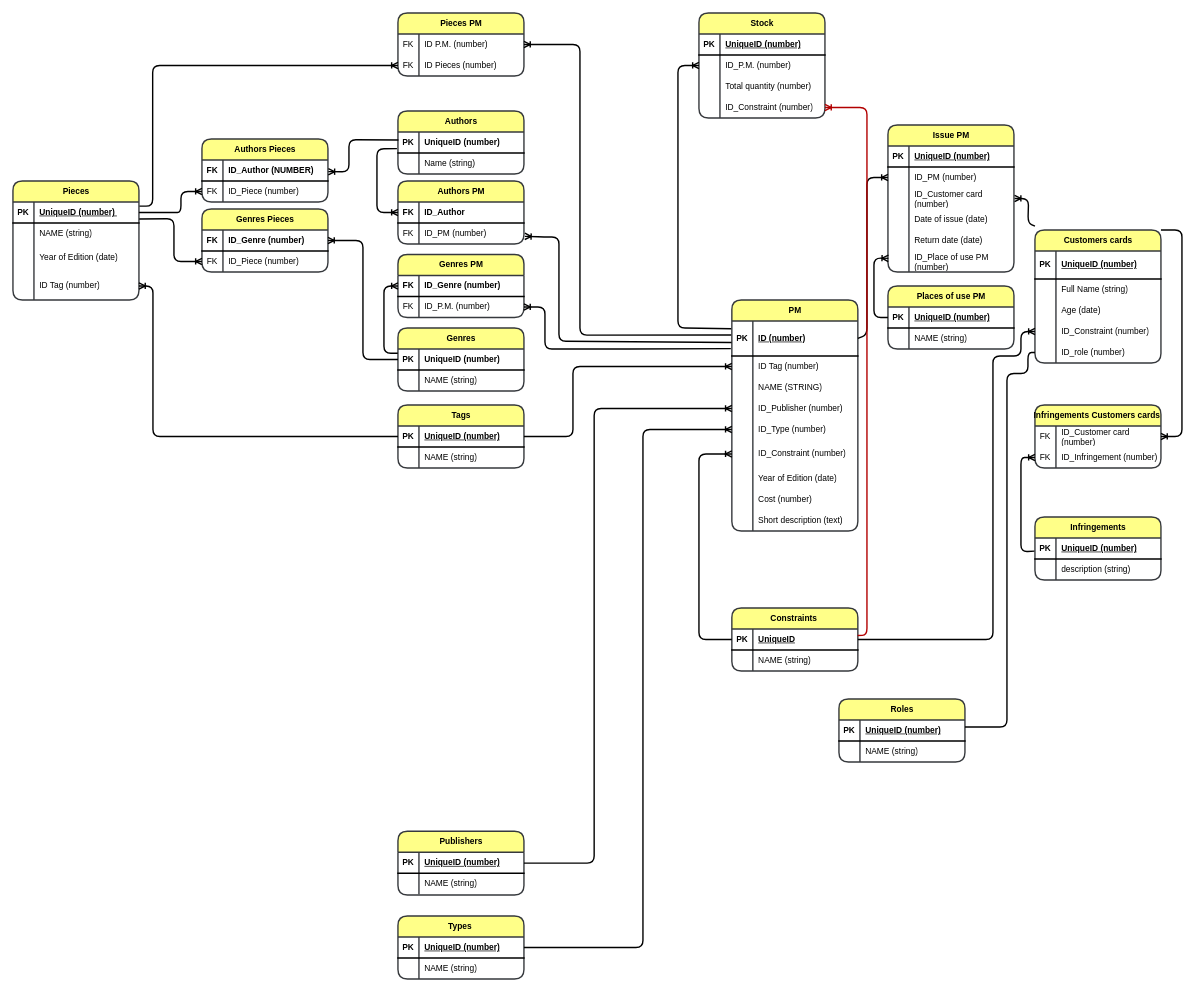
Earlier version of the draw.io diagram page "Страница — 2" (2 of 3) of Диаграмма без названия.drawio (whoIsJhonGalt/repFirst). Source tidied: cells renumbered, new cells numbered last; positions are measured from the earlier drawing's top-left corner, leaving out a move shared by most shapes. Both pictures are drawn from the tidied source at 70%, with x=0, y=0 at pixel (13, 13).
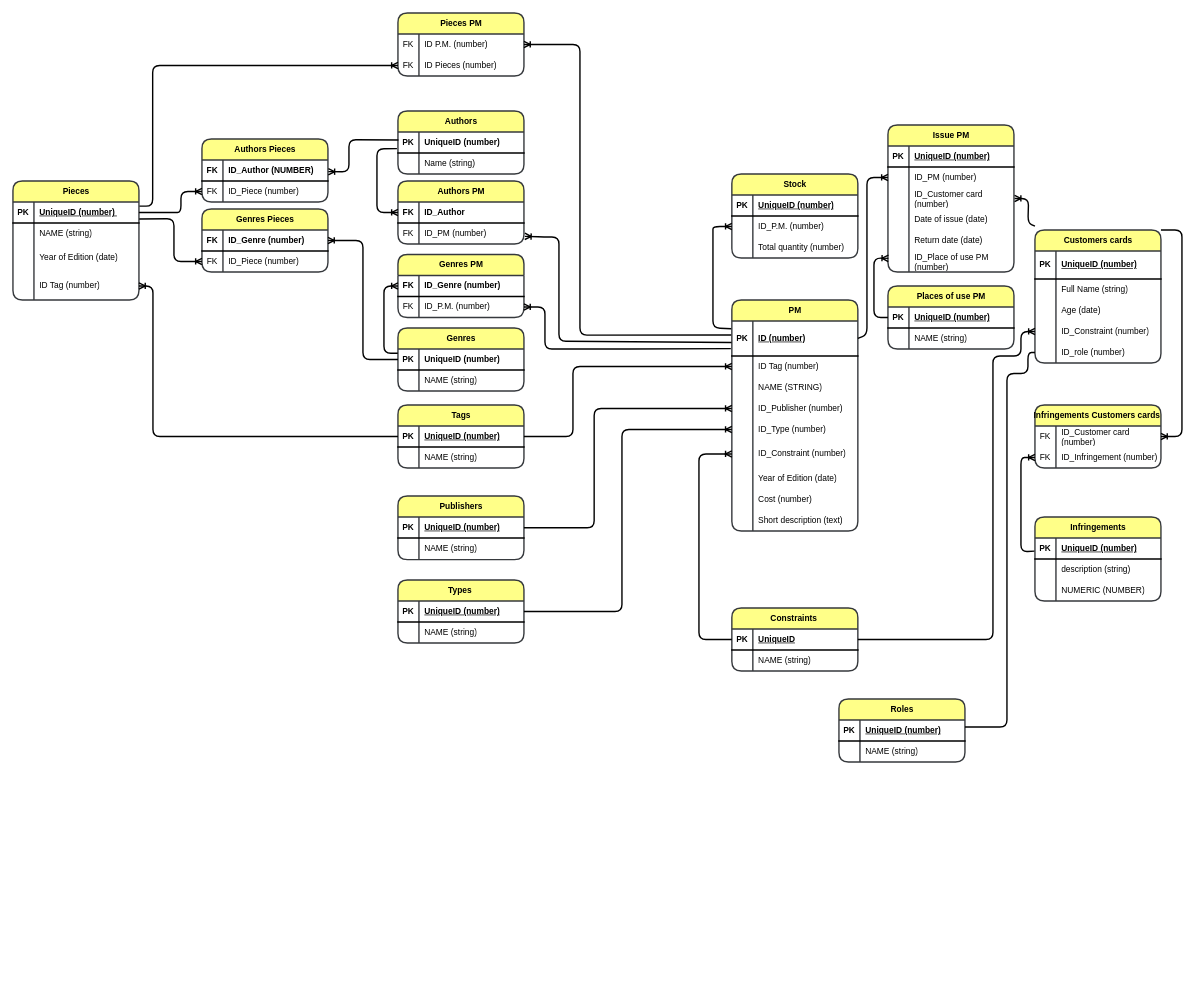
Above is the later version.

The change refers to these unchanged cells:
```xml
<mxCell id="3" style="shape=tableRow;horizontal=1;startSize=0;swimlaneHead=0;swimlaneBody=0;points=[[0,0.5],[1,0.5]];portConstraint=eastwest;top=0;left=0;right=0;bottom=1;rounded=0;labelBackgroundColor=none;strokeWidth=2;shadow=0;fontFamily=Helvetica;verticalAlign=middle;fontSize=12;swimlaneLine=1;fillColor=none;" parent="2" vertex="1">
  <mxGeometry y="30" width="180" height="50" as="geometry" />
</mxCell>
<mxCell id="15" style="shape=tableRow;horizontal=1;startSize=0;swimlaneHead=0;swimlaneBody=0;points=[[0,0.5],[1,0.5]];portConstraint=eastwest;top=0;left=0;right=0;bottom=0;rounded=0;labelBackgroundColor=none;strokeWidth=2;shadow=0;fontFamily=Helvetica;verticalAlign=middle;fontSize=12;swimlaneLine=1;fillColor=none;" parent="2" vertex="1">
  <mxGeometry y="170" width="180" height="30" as="geometry" />
</mxCell>
<mxCell id="72" style="shape=tableRow;horizontal=1;startSize=0;swimlaneHead=0;swimlaneBody=0;points=[[0,0.5],[1,0.5]];portConstraint=eastwest;top=0;left=0;right=0;bottom=1;rounded=0;labelBackgroundColor=none;strokeWidth=2;shadow=0;fontFamily=Helvetica;verticalAlign=middle;fontSize=12;swimlaneLine=1;fillColor=none;" parent="71" vertex="1">
  <mxGeometry y="30" width="180" height="30" as="geometry" />
</mxCell>
<mxCell id="79" style="shape=tableRow;horizontal=1;startSize=0;swimlaneHead=0;swimlaneBody=0;points=[[0,0.5],[1,0.5]];portConstraint=eastwest;top=0;left=0;right=0;bottom=1;rounded=0;labelBackgroundColor=none;strokeWidth=2;shadow=0;fontFamily=Helvetica;verticalAlign=middle;fontSize=12;swimlaneLine=1;fillColor=none;" parent="78" vertex="1">
  <mxGeometry y="30" width="180" height="30" as="geometry" />
</mxCell>
<mxCell id="89" style="shape=tableRow;horizontal=1;startSize=0;swimlaneHead=0;swimlaneBody=0;points=[[0,0.5],[1,0.5]];portConstraint=eastwest;top=0;left=0;right=0;bottom=0;rounded=0;labelBackgroundColor=none;strokeWidth=2;shadow=0;fontFamily=Helvetica;verticalAlign=middle;fontSize=12;swimlaneLine=1;fillColor=none;" parent="85" vertex="1">
  <mxGeometry y="60" width="180" height="30" as="geometry" />
</mxCell>
```

What changed in the source:
```diff
@@
     <mxCell id="44" value="Publishers" style="shape=table;startSize=30;childLayout=tableLayout;rowLines=0;fontStyle=1;align=center;html=1;rounded=1;labelBackgroundColor=none;strokeWidth=2;shadow=0;fontFamily=Helvetica;verticalAlign=middle;horizontal=1;fontSize=12;swimlaneLine=1;fillColor=#ffff88;strokeColor=#36393d;" parent="1" vertex="1">
-      <mxGeometry x="550" y="1169" width="180" height="91" as="geometry" />
+      <mxGeometry x="550" y="690" width="180" height="91" as="geometry" />
     </mxCell>
@@
     <mxCell id="78" value="Types&amp;nbsp;" style="shape=table;startSize=30;childLayout=tableLayout;rowLines=0;fontStyle=1;align=center;html=1;rounded=1;labelBackgroundColor=none;strokeWidth=2;shadow=0;fontFamily=Helvetica;verticalAlign=middle;horizontal=1;fontSize=12;swimlaneLine=1;fillColor=#ffff88;strokeColor=#36393d;" parent="1" vertex="1">
-      <mxGeometry x="550" y="1290" width="180" height="90" as="geometry" />
+      <mxGeometry x="550" y="810" width="180" height="90" as="geometry" />
     </mxCell>
@@
     <mxCell id="85" value="Stock" style="shape=table;startSize=30;childLayout=tableLayout;rowLines=0;fontStyle=1;align=center;html=1;rounded=1;labelBackgroundColor=none;strokeWidth=2;shadow=0;fontFamily=Helvetica;verticalAlign=middle;horizontal=1;fontSize=12;swimlaneLine=1;fillColor=#ffff88;strokeColor=#36393d;" parent="1" vertex="1">
-      <mxGeometry x="980" width="180" height="150" as="geometry" />
+      <mxGeometry x="1027" y="230" width="180" height="120" as="geometry" />
     </mxCell>
@@
-    <mxCell id="95" style="shape=tableRow;horizontal=1;startSize=0;swimlaneHead=0;swimlaneBody=0;points=[[0,0.5],[1,0.5]];portConstraint=eastwest;top=0;left=0;right=0;bottom=0;rounded=0;labelBackgroundColor=none;strokeWidth=2;shadow=0;fontFamily=Helvetica;verticalAlign=middle;fontSize=12;swimlaneLine=1;fillColor=none;" parent="85" vertex="1">
-      <mxGeometry y="120" width="180" height="30" as="geometry" />
-    </mxCell>
-    <mxCell id="96" style="shape=partialRectangle;top=0;left=0;bottom=0;right=0;overflow=hidden;whiteSpace=wrap;html=1;rounded=0;labelBackgroundColor=none;strokeWidth=2;shadow=0;fontFamily=Helvetica;verticalAlign=middle;horizontal=1;fontSize=12;swimlaneLine=1;fillColor=none;" parent="95" vertex="1">
-      <mxGeometry width="30" height="30" as="geometry" />
-    </mxCell>
-    <mxCell id="97" value="ID_Constraint (number)" style="shape=partialRectangle;top=0;left=0;bottom=0;right=0;align=left;spacingLeft=6;overflow=hidden;whiteSpace=wrap;html=1;rounded=0;labelBackgroundColor=none;strokeWidth=2;shadow=0;fontFamily=Helvetica;verticalAlign=middle;horizontal=1;fontSize=12;swimlaneLine=1;fillColor=none;" parent="95" vertex="1">
-      <mxGeometry x="30" width="150" height="30" as="geometry" />
-    </mxCell>
@@
     <mxCell id="114" value="Infringements" style="shape=table;startSize=30;childLayout=tableLayout;rowLines=0;fontStyle=1;align=center;html=1;rounded=1;labelBackgroundColor=none;strokeWidth=2;shadow=0;fontFamily=Helvetica;verticalAlign=middle;horizontal=1;fontSize=12;swimlaneLine=1;fillColor=#ffff88;strokeColor=#36393d;" parent="1" vertex="1">
-      <mxGeometry x="1460" y="720" width="180" height="90" as="geometry" />
+      <mxGeometry x="1460" y="720" width="180" height="120" as="geometry" />
     </mxCell>
@@
+    <mxCell id="221" style="shape=tableRow;horizontal=1;startSize=0;swimlaneHead=0;swimlaneBody=0;top=0;left=0;right=0;bottom=0;rounded=0;labelBackgroundColor=none;strokeWidth=2;shadow=0;fontFamily=Helvetica;verticalAlign=middle;fontSize=12;swimlaneLine=1;fillColor=none;" parent="114" vertex="1">
+      <mxGeometry y="90" width="180" height="30" as="geometry" />
+    </mxCell>
+    <mxCell id="96" style="shape=partialRectangle;top=0;left=0;bottom=0;right=0;overflow=hidden;whiteSpace=wrap;html=1;rounded=0;labelBackgroundColor=none;strokeWidth=2;shadow=0;fontFamily=Helvetica;verticalAlign=middle;horizontal=1;fontSize=12;swimlaneLine=1;fillColor=none;" parent="221" vertex="1">
+      <mxGeometry width="30" height="30" as="geometry" />
+    </mxCell>
+    <mxCell id="222" value="NUMERIC (NUMBER)" style="shape=partialRectangle;top=0;left=0;bottom=0;right=0;align=left;spacingLeft=6;overflow=hidden;whiteSpace=wrap;html=1;rounded=0;labelBackgroundColor=none;strokeWidth=2;shadow=0;fontFamily=Helvetica;verticalAlign=middle;horizontal=1;fontSize=12;swimlaneLine=1;fillColor=none;" parent="221" vertex="1">
+      <mxGeometry x="30" width="150" height="30" as="geometry" />
+    </mxCell>
@@
     <mxCell id="160" style="edgeStyle=elbowEdgeStyle;fontSize=12;html=1;endArrow=ERoneToMany;rounded=1;labelBackgroundColor=default;strokeColor=default;strokeWidth=2;align=center;verticalAlign=middle;fontFamily=Helvetica;fontColor=default;startSize=30;shape=connector;exitX=1;exitY=0.5;exitDx=0;exitDy=0;entryX=0;entryY=0.5;entryDx=0;entryDy=0;" parent="1" edge="1" source="79" target="15">
       <mxGeometry relative="1" as="geometry">
         <Array as="points">
-          <mxPoint x="900" y="950" />
+          <mxPoint x="870" y="820" />
           <mxPoint x="810" y="850" />
           <mxPoint x="920" y="900" />
         </Array>
       </mxGeometry>
     </mxCell>
@@
     <mxCell id="162" style="fontSize=12;html=1;endArrow=ERoneToMany;rounded=1;labelBackgroundColor=default;strokeColor=default;strokeWidth=2;align=center;verticalAlign=middle;fontFamily=Helvetica;fontColor=default;startSize=30;shape=connector;entryX=0;entryY=0.5;entryDx=0;entryDy=0;exitX=-0.005;exitY=0.221;exitDx=0;exitDy=0;exitPerimeter=0;" parent="1" edge="1" source="3" target="89">
       <mxGeometry relative="1" as="geometry">
         <Array as="points">
-          <mxPoint x="950" y="450" />
-          <mxPoint x="950" y="370" />
-          <mxPoint x="950" y="250" />
-          <mxPoint x="950" y="160" />
-          <mxPoint x="950" y="75" />
-          <mxPoint x="970" y="75" />
+          <mxPoint x="1000" y="450" />
+          <mxPoint x="1000" y="380" />
+          <mxPoint x="1000" y="320" />
+          <mxPoint x="1000" y="305" />
         </Array>
       </mxGeometry>
     </mxCell>
@@
-    <mxCell id="220" style="fontSize=12;html=1;endArrow=ERoneToMany;rounded=1;entryX=1;entryY=0.5;entryDx=0;entryDy=0;strokeWidth=2;fillColor=#e51400;strokeColor=#B20000;exitX=0.998;exitY=0.31;exitDx=0;exitDy=0;exitPerimeter=0;" parent="1" edge="1" source="72" target="95">
-      <mxGeometry relative="1" as="geometry">
-        <Array as="points">
-          <mxPoint x="1220" y="889" />
-          <mxPoint x="1220" y="715" />
-          <mxPoint x="1220" y="515" />
-          <mxPoint x="1220" y="225" />
-          <mxPoint x="1220" y="135" />
-          <mxPoint x="1180" y="135" />
-        </Array>
-      </mxGeometry>
-    </mxCell>
```
